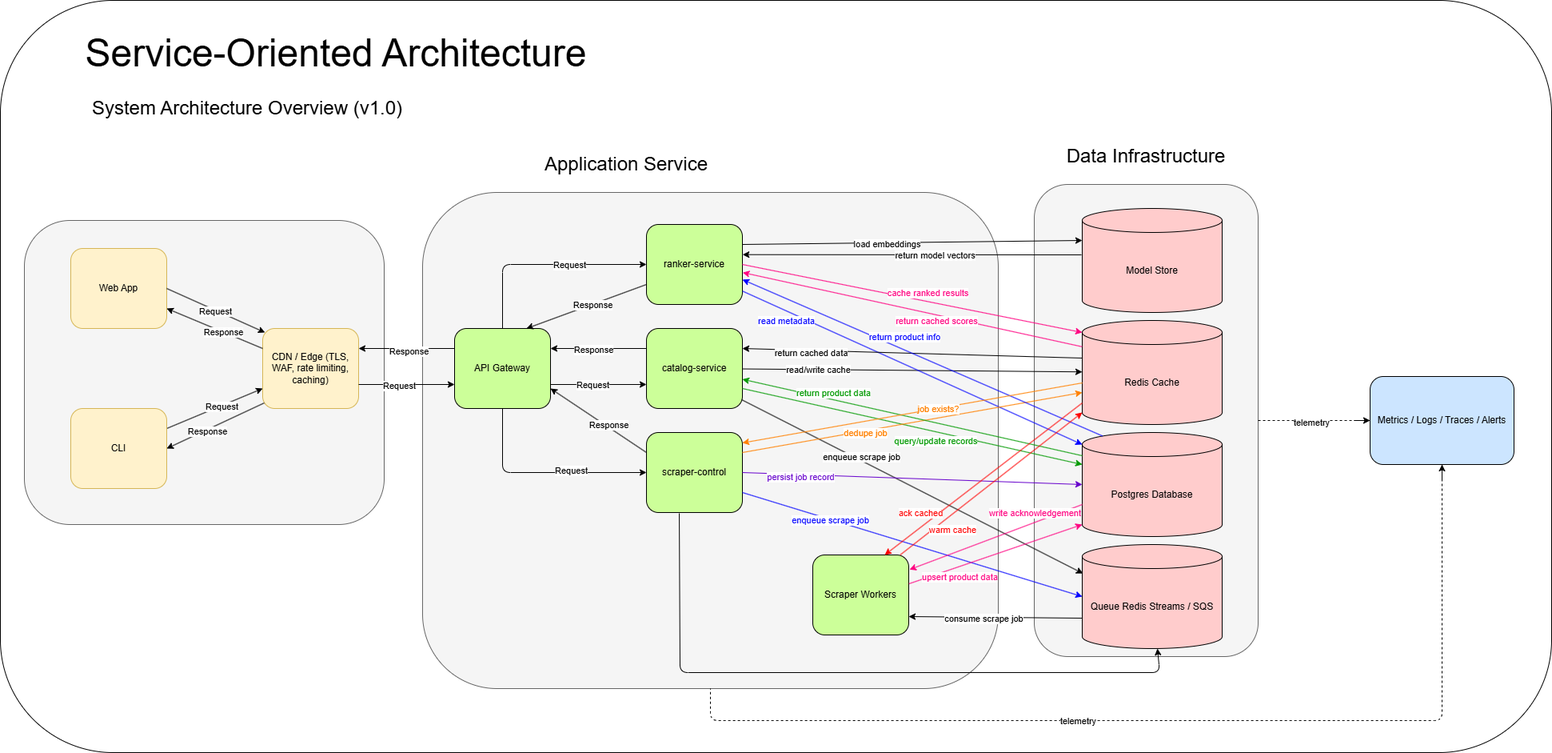
jsfmu/floor-decor-agent keeps this draw.io diagram as fnd-agent-local/docs/architecture/HLD/HLDv0.drawio.png. Above is the earlier version. Source tidied: cells renumbered, new cells last; positions are measured from the earlier drawing's top-left corner, leaving out a move shared by most shapes.
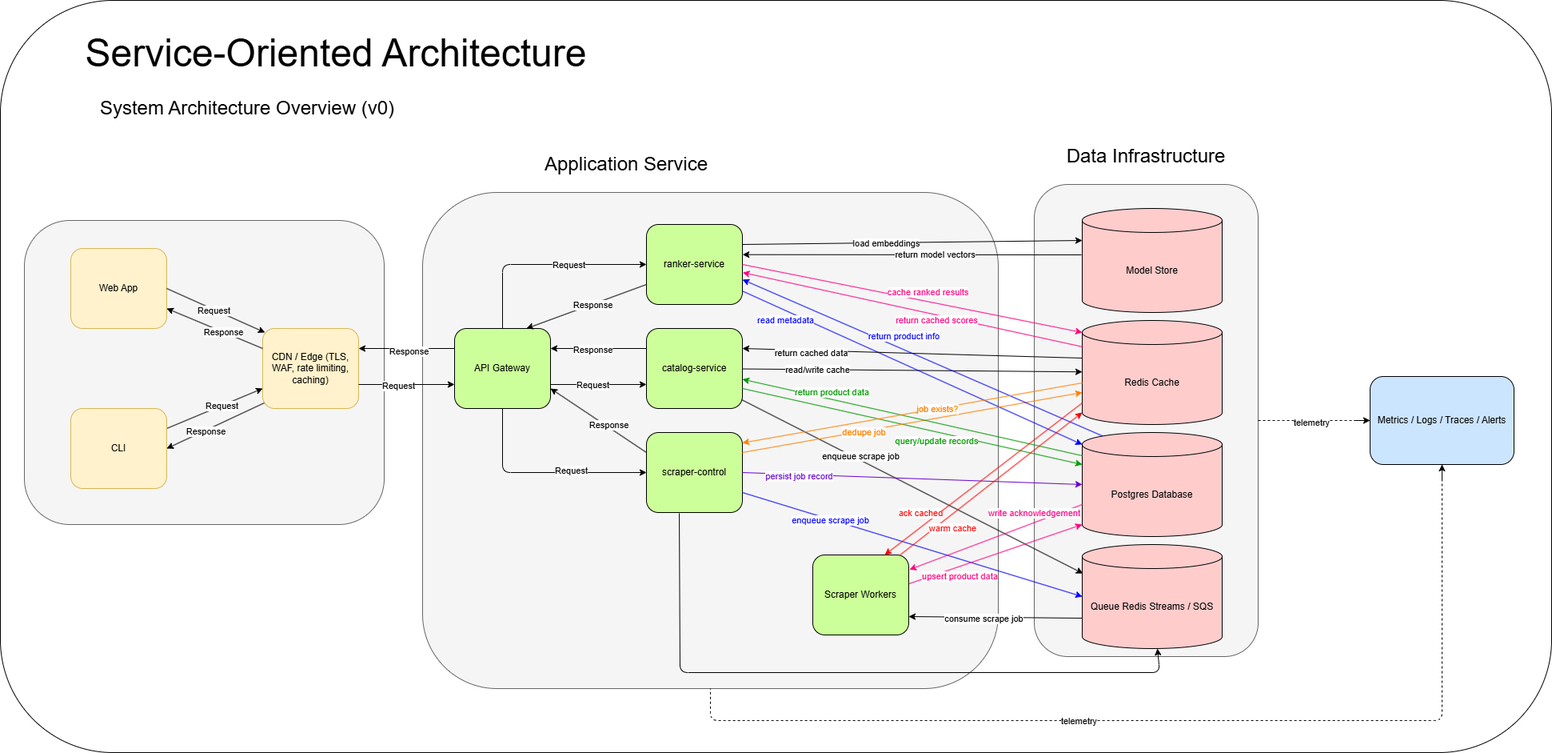
After the change.

What changed in the source:
```diff
@@ -81,7 +81,7 @@
     <mxCell id="22" value="CLI" style="rounded=1;whiteSpace=wrap;html=1;fillColor=#fff2cc;strokeColor=#d6b656;" parent="1" vertex="1">
       <mxGeometry x="88" y="510" width="120" height="100" as="geometry" />
     </mxCell>
-    <mxCell id="23" value="&lt;font style=&quot;font-size: 24px;&quot;&gt;System Architecture Overview (v1.0)&lt;/font&gt;" style="text;html=1;align=center;verticalAlign=middle;whiteSpace=wrap;rounded=0;" parent="1" vertex="1">
+    <mxCell id="23" value="&lt;font style=&quot;font-size: 24px;&quot;&gt;System Architecture Overview (v0)&lt;/font&gt;" style="text;html=1;align=center;verticalAlign=middle;whiteSpace=wrap;rounded=0;" parent="1" vertex="1">
       <mxGeometry x="88" y="100" width="442" height="70" as="geometry" />
     </mxCell>
     <mxCell id="24" style="edgeStyle=none;html=1;exitX=0;exitY=0.25;exitDx=0;exitDy=0;entryX=1;entryY=0.75;entryDx=0;entryDy=0;" parent="1" edge="1" source="25" target="15">
```
